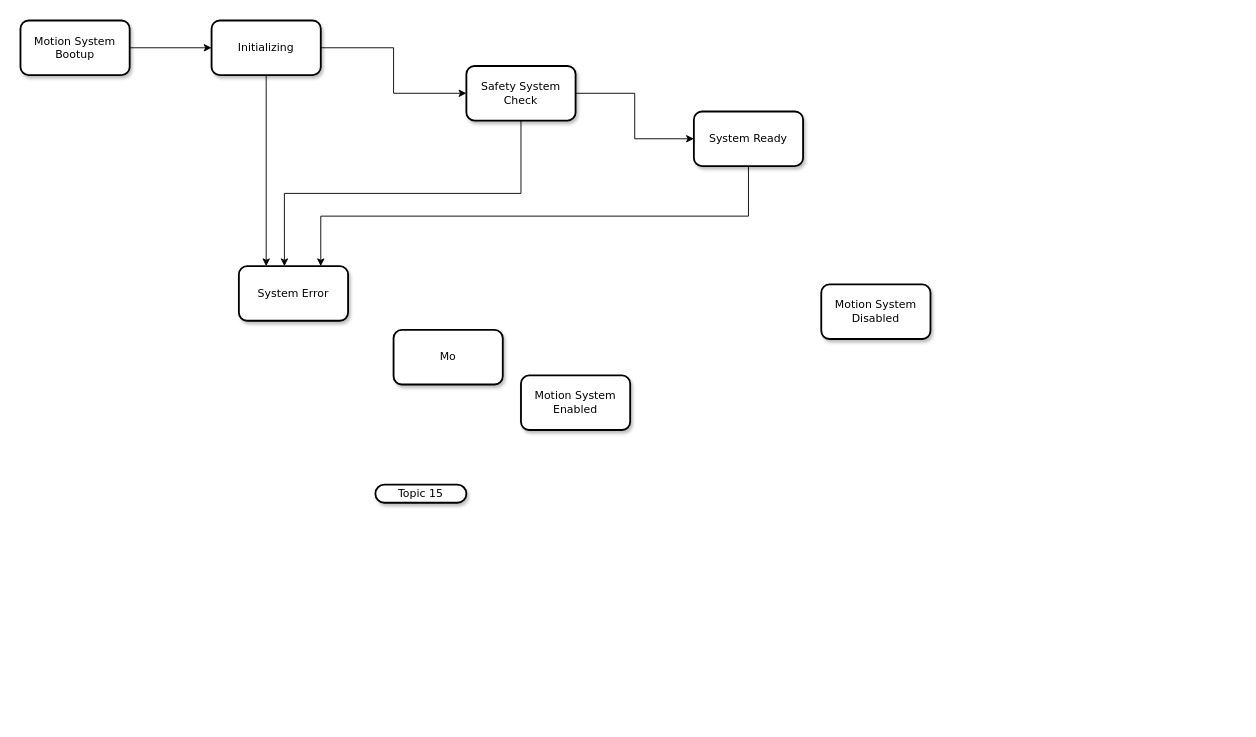
Above: Untitled Diagram.drawio in dotbaro/samples (draw.io), before the change. Source tidied: cells renumbered, new cells numbered last; positions are measured from the earlier drawing's top-left corner, leaving out a move shared by most shapes. Both pictures are drawn from the tidied source at 91%, with x=0, y=0 at pixel (20, 20).
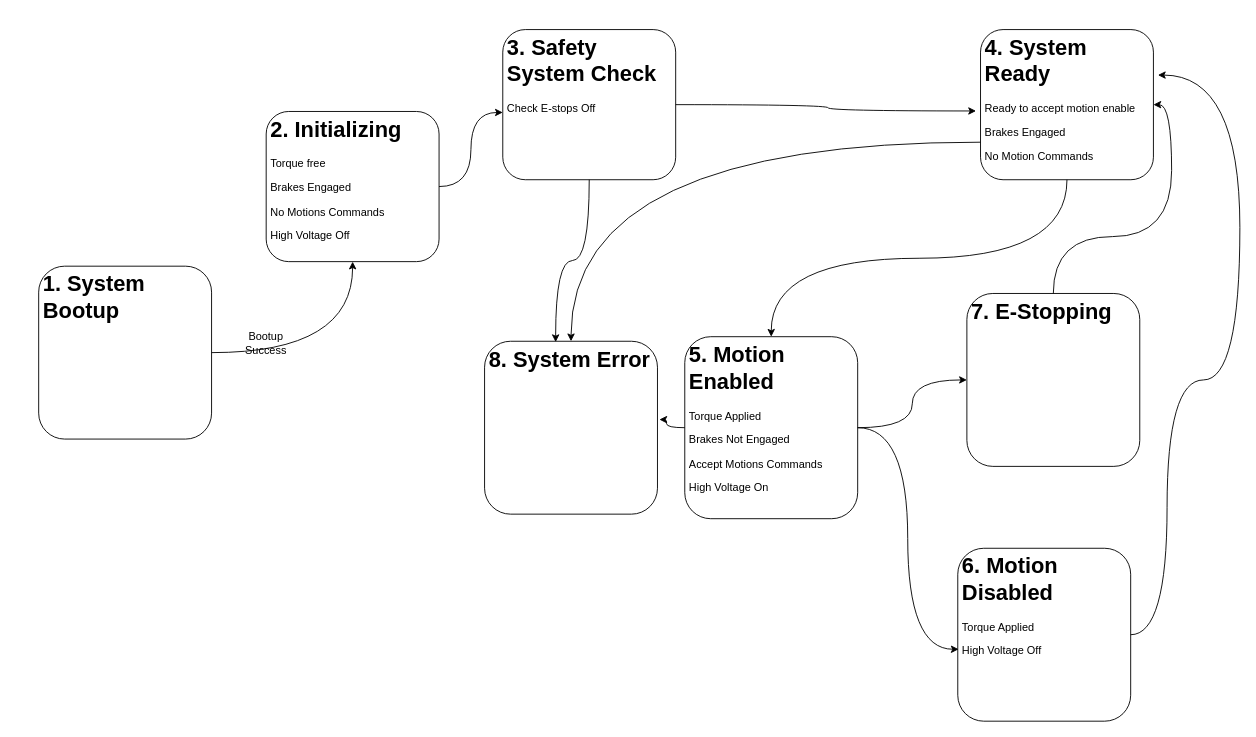
The same diagram, later.

Change to the diagram source:
```diff
@@
-    <mxCell id="2" style="edgeStyle=orthogonalEdgeStyle;rounded=0;jettySize=auto;html=1;entryX=0;entryY=0.5;entryDx=0;entryDy=0;" parent="1" edge="1" source="3" target="14">
-      <mxGeometry relative="1" as="geometry" />
-    </mxCell>
-    <mxCell id="3" value="Motion System Bootup" style="rounded=1;whiteSpace=wrap;html=1;shadow=1;comic=0;labelBackgroundColor=none;strokeColor=#000000;strokeWidth=2;fillColor=#FFFFFF;fontFamily=Verdana;fontSize=12;fontColor=#000000;align=center;" parent="1" vertex="1">
-      <mxGeometry width="120" height="60" as="geometry" />
-    </mxCell>
-    <mxCell id="4" value="&lt;span&gt;Topic 15&lt;/span&gt;" style="whiteSpace=wrap;html=1;rounded=1;shadow=1;comic=0;labelBackgroundColor=none;strokeColor=#000000;strokeWidth=2;fillColor=#FFFFFF;fontFamily=Verdana;fontSize=12;fontColor=#000000;align=center;arcSize=50;" parent="1" vertex="1">
-      <mxGeometry x="390" y="510" width="100" height="20" as="geometry" />
-    </mxCell>
-    <mxCell id="5" style="edgeStyle=orthogonalEdgeStyle;rounded=0;jettySize=auto;html=1;entryX=0;entryY=0.5;entryDx=0;entryDy=0;" parent="1" edge="1" source="7" target="11">
-      <mxGeometry relative="1" as="geometry" />
-    </mxCell>
-    <mxCell id="6" style="edgeStyle=orthogonalEdgeStyle;rounded=0;jettySize=auto;html=1;entryX=0.417;entryY=0;entryDx=0;entryDy=0;entryPerimeter=0;exitX=0.5;exitY=1;exitDx=0;exitDy=0;" parent="1" edge="1" source="7" target="15">
-      <mxGeometry relative="1" as="geometry" />
-    </mxCell>
-    <mxCell id="7" value="Safety System Check" style="rounded=1;whiteSpace=wrap;html=1;shadow=1;comic=0;labelBackgroundColor=none;strokeColor=#000000;strokeWidth=2;fillColor=#FFFFFF;fontFamily=Verdana;fontSize=12;fontColor=#000000;align=center;" parent="1" vertex="1">
-      <mxGeometry x="490" y="50" width="120" height="60" as="geometry" />
-    </mxCell>
-    <mxCell id="8" value="Motion System Enabled" style="rounded=1;whiteSpace=wrap;html=1;shadow=1;comic=0;labelBackgroundColor=none;strokeColor=#000000;strokeWidth=2;fillColor=#FFFFFF;fontFamily=Verdana;fontSize=12;fontColor=#000000;align=center;" parent="1" vertex="1">
-      <mxGeometry x="550" y="390" width="120" height="60" as="geometry" />
-    </mxCell>
-    <mxCell id="9" value="Motion System&lt;br&gt;Disabled" style="rounded=1;whiteSpace=wrap;html=1;shadow=1;comic=0;labelBackgroundColor=none;strokeColor=#000000;strokeWidth=2;fillColor=#FFFFFF;fontFamily=Verdana;fontSize=12;fontColor=#000000;align=center;" parent="1" vertex="1">
-      <mxGeometry x="880" y="290" width="120" height="60" as="geometry" />
-    </mxCell>
-    <mxCell id="10" style="edgeStyle=orthogonalEdgeStyle;rounded=0;jettySize=auto;html=1;entryX=0.75;entryY=0;entryDx=0;entryDy=0;exitX=0.5;exitY=1;exitDx=0;exitDy=0;" parent="1" edge="1" source="11" target="15">
-      <mxGeometry relative="1" as="geometry" />
-    </mxCell>
-    <mxCell id="11" value="System Ready" style="rounded=1;whiteSpace=wrap;html=1;shadow=1;comic=0;labelBackgroundColor=none;strokeColor=#000000;strokeWidth=2;fillColor=#FFFFFF;fontFamily=Verdana;fontSize=12;fontColor=#000000;align=center;" parent="1" vertex="1">
-      <mxGeometry x="740" y="100" width="120" height="60" as="geometry" />
-    </mxCell>
-    <mxCell id="12" style="edgeStyle=orthogonalEdgeStyle;rounded=0;jettySize=auto;html=1;entryX=0;entryY=0.5;entryDx=0;entryDy=0;" parent="1" edge="1" source="14" target="7">
-      <mxGeometry relative="1" as="geometry" />
-    </mxCell>
-    <mxCell id="13" style="edgeStyle=orthogonalEdgeStyle;rounded=0;jettySize=auto;html=1;entryX=0.25;entryY=0;entryDx=0;entryDy=0;" parent="1" edge="1" source="14" target="15">
-      <mxGeometry relative="1" as="geometry" />
-    </mxCell>
-    <mxCell id="14" value="Initializing" style="rounded=1;whiteSpace=wrap;html=1;shadow=1;comic=0;labelBackgroundColor=none;strokeColor=#000000;strokeWidth=2;fillColor=#FFFFFF;fontFamily=Verdana;fontSize=12;fontColor=#000000;align=center;" parent="1" vertex="1">
-      <mxGeometry x="210" width="120" height="60" as="geometry" />
-    </mxCell>
-    <mxCell id="15" value="System Error" style="rounded=1;whiteSpace=wrap;html=1;shadow=1;comic=0;labelBackgroundColor=none;strokeColor=#000000;strokeWidth=2;fillColor=#FFFFFF;fontFamily=Verdana;fontSize=12;fontColor=#000000;align=center;" parent="1" vertex="1">
-      <mxGeometry x="240" y="270" width="120" height="60" as="geometry" />
-    </mxCell>
-    <mxCell id="16" value="Mo" style="rounded=1;whiteSpace=wrap;html=1;shadow=1;comic=0;labelBackgroundColor=none;strokeColor=#000000;strokeWidth=2;fillColor=#FFFFFF;fontFamily=Verdana;fontSize=12;fontColor=#000000;align=center;" parent="1" vertex="1">
-      <mxGeometry x="410" y="340" width="120" height="60" as="geometry" />
-    </mxCell>
+    <mxCell id="17" style="edgeStyle=orthogonalEdgeStyle;curved=1;rounded=0;jettySize=auto;html=1;entryX=-0.026;entryY=0.542;entryDx=0;entryDy=0;entryPerimeter=0;exitX=1;exitY=0.5;exitDx=0;exitDy=0;" parent="1" edge="1" source="22" target="25">
+      <mxGeometry relative="1" as="geometry" />
+    </mxCell>
+    <mxCell id="18" value="Bootup Success" style="text;html=1;strokeColor=none;fillColor=none;align=center;verticalAlign=middle;whiteSpace=wrap;rounded=0;" parent="1" vertex="1">
+      <mxGeometry x="250" y="345" width="40" height="20" as="geometry" />
+    </mxCell>
+    <mxCell id="19" style="edgeStyle=orthogonalEdgeStyle;curved=1;rounded=0;jettySize=auto;html=1;entryX=0;entryY=0.552;entryDx=0;entryDy=0;entryPerimeter=0;" parent="1" edge="1" source="20" target="22">
+      <mxGeometry relative="1" as="geometry" />
+    </mxCell>
+    <mxCell id="20" value="&lt;h1&gt;2. Initializing&lt;/h1&gt;&lt;p&gt;Torque free&lt;/p&gt;&lt;p&gt;Brakes Engaged&lt;/p&gt;&lt;p&gt;No Motions Commands&lt;/p&gt;&lt;p&gt;High Voltage Off&lt;/p&gt;" style="text;html=1;strokeColor=#000000;fillColor=none;spacing=5;spacingTop=-20;whiteSpace=wrap;overflow=hidden;rounded=1;" parent="1" vertex="1">
+      <mxGeometry x="270" y="100" width="190" height="165" as="geometry" />
+    </mxCell>
+    <mxCell id="21" style="edgeStyle=orthogonalEdgeStyle;curved=1;rounded=0;jettySize=auto;html=1;entryX=0.411;entryY=0.005;entryDx=0;entryDy=0;entryPerimeter=0;" parent="1" edge="1" source="22" target="32">
+      <mxGeometry relative="1" as="geometry" />
+    </mxCell>
+    <mxCell id="22" value="&lt;h1&gt;3. Safety System Check&lt;/h1&gt;&lt;p&gt;Check E-stops Off&lt;/p&gt;&lt;p&gt;&lt;br&gt;&lt;/p&gt;" style="text;html=1;strokeColor=#000000;fillColor=none;spacing=5;spacingTop=-20;whiteSpace=wrap;overflow=hidden;rounded=1;" parent="1" vertex="1">
+      <mxGeometry x="530" y="10" width="190" height="165" as="geometry" />
+    </mxCell>
+    <mxCell id="23" style="edgeStyle=orthogonalEdgeStyle;curved=1;rounded=0;jettySize=auto;html=1;exitX=0.5;exitY=1;exitDx=0;exitDy=0;" parent="1" edge="1" source="25" target="29">
+      <mxGeometry relative="1" as="geometry" />
+    </mxCell>
+    <mxCell id="24" style="edgeStyle=orthogonalEdgeStyle;curved=1;rounded=0;jettySize=auto;html=1;exitX=0;exitY=0.75;exitDx=0;exitDy=0;" parent="1" edge="1" source="25" target="32">
+      <mxGeometry relative="1" as="geometry" />
+    </mxCell>
+    <mxCell id="25" value="&lt;h1&gt;4. System Ready&lt;/h1&gt;&lt;p&gt;Ready to accept motion enable&lt;/p&gt;&lt;p&gt;Brakes Engaged&lt;/p&gt;&lt;p&gt;No Motion Commands&lt;/p&gt;" style="text;html=1;strokeColor=#000000;fillColor=none;spacing=5;spacingTop=-20;whiteSpace=wrap;overflow=hidden;rounded=1;" parent="1" vertex="1">
+      <mxGeometry x="1055" y="10" width="190" height="165" as="geometry" />
+    </mxCell>
+    <mxCell id="26" style="edgeStyle=orthogonalEdgeStyle;curved=1;rounded=0;jettySize=auto;html=1;entryX=1.011;entryY=0.453;entryDx=0;entryDy=0;entryPerimeter=0;" parent="1" edge="1" source="29" target="32">
+      <mxGeometry relative="1" as="geometry" />
+    </mxCell>
+    <mxCell id="27" style="edgeStyle=orthogonalEdgeStyle;curved=1;rounded=0;jettySize=auto;html=1;entryX=0;entryY=0.5;entryDx=0;entryDy=0;" parent="1" edge="1" source="29" target="34">
+      <mxGeometry relative="1" as="geometry" />
+    </mxCell>
+    <mxCell id="28" style="edgeStyle=orthogonalEdgeStyle;curved=1;rounded=0;jettySize=auto;html=1;entryX=0.005;entryY=0.584;entryDx=0;entryDy=0;entryPerimeter=0;" parent="1" edge="1" source="29" target="31">
+      <mxGeometry relative="1" as="geometry" />
+    </mxCell>
+    <mxCell id="29" value="&lt;h1&gt;5. Motion Enabled&lt;/h1&gt;&lt;p&gt;Torque Applied&lt;/p&gt;&lt;p&gt;Brakes Not Engaged&lt;/p&gt;&lt;p&gt;Accept Motions Commands&lt;/p&gt;&lt;p&gt;High Voltage On&lt;/p&gt;" style="text;html=1;strokeColor=#000000;fillColor=none;spacing=5;spacingTop=-20;whiteSpace=wrap;overflow=hidden;rounded=1;" parent="1" vertex="1">
+      <mxGeometry x="730" y="347.5" width="190" height="200" as="geometry" />
+    </mxCell>
+    <mxCell id="30" style="edgeStyle=orthogonalEdgeStyle;curved=1;rounded=0;jettySize=auto;html=1;entryX=1.026;entryY=0.303;entryDx=0;entryDy=0;entryPerimeter=0;exitX=1;exitY=0.5;exitDx=0;exitDy=0;" parent="1" edge="1" source="31" target="25">
+      <mxGeometry relative="1" as="geometry">
+        <Array as="points">
+          <mxPoint x="1260" y="395" />
+          <mxPoint x="1340" y="395" />
+          <mxPoint x="1340" y="60" />
+        </Array>
+      </mxGeometry>
+    </mxCell>
+    <mxCell id="31" value="&lt;h1&gt;6. Motion Disabled&lt;/h1&gt;&lt;p&gt;Torque Applied&lt;/p&gt;&lt;p&gt;High Voltage Off&lt;/p&gt;" style="text;html=1;strokeColor=#000000;fillColor=none;spacing=5;spacingTop=-20;whiteSpace=wrap;overflow=hidden;rounded=1;" parent="1" vertex="1">
+      <mxGeometry x="1030" y="580" width="190" height="190" as="geometry" />
+    </mxCell>
+    <mxCell id="32" value="&lt;h1&gt;8. System Error&lt;/h1&gt;&lt;p&gt;&lt;br&gt;&lt;/p&gt;" style="text;html=1;strokeColor=#000000;fillColor=none;spacing=5;spacingTop=-20;whiteSpace=wrap;overflow=hidden;rounded=1;" parent="1" vertex="1">
+      <mxGeometry x="510" y="352.5" width="190" height="190" as="geometry" />
+    </mxCell>
+    <mxCell id="33" style="edgeStyle=orthogonalEdgeStyle;curved=1;rounded=0;jettySize=auto;html=1;entryX=1;entryY=0.5;entryDx=0;entryDy=0;" parent="1" edge="1" source="34" target="25">
+      <mxGeometry relative="1" as="geometry" />
+    </mxCell>
+    <mxCell id="34" value="&lt;h1&gt;7. E-Stopping&lt;/h1&gt;" style="text;html=1;strokeColor=#000000;fillColor=none;spacing=5;spacingTop=-20;whiteSpace=wrap;overflow=hidden;rounded=1;" parent="1" vertex="1">
+      <mxGeometry x="1040" y="300" width="190" height="190" as="geometry" />
+    </mxCell>
+    <mxCell id="35" style="edgeStyle=orthogonalEdgeStyle;curved=1;rounded=0;jettySize=auto;html=1;" parent="1" edge="1" source="36" target="20">
+      <mxGeometry relative="1" as="geometry" />
+    </mxCell>
+    <mxCell id="36" value="&lt;h1&gt;1. System Bootup&lt;/h1&gt;" style="text;html=1;strokeColor=#000000;fillColor=none;spacing=5;spacingTop=-20;whiteSpace=wrap;overflow=hidden;rounded=1;" parent="1" vertex="1">
+      <mxGeometry x="20" y="270" width="190" height="190" as="geometry" />
+    </mxCell>
```
